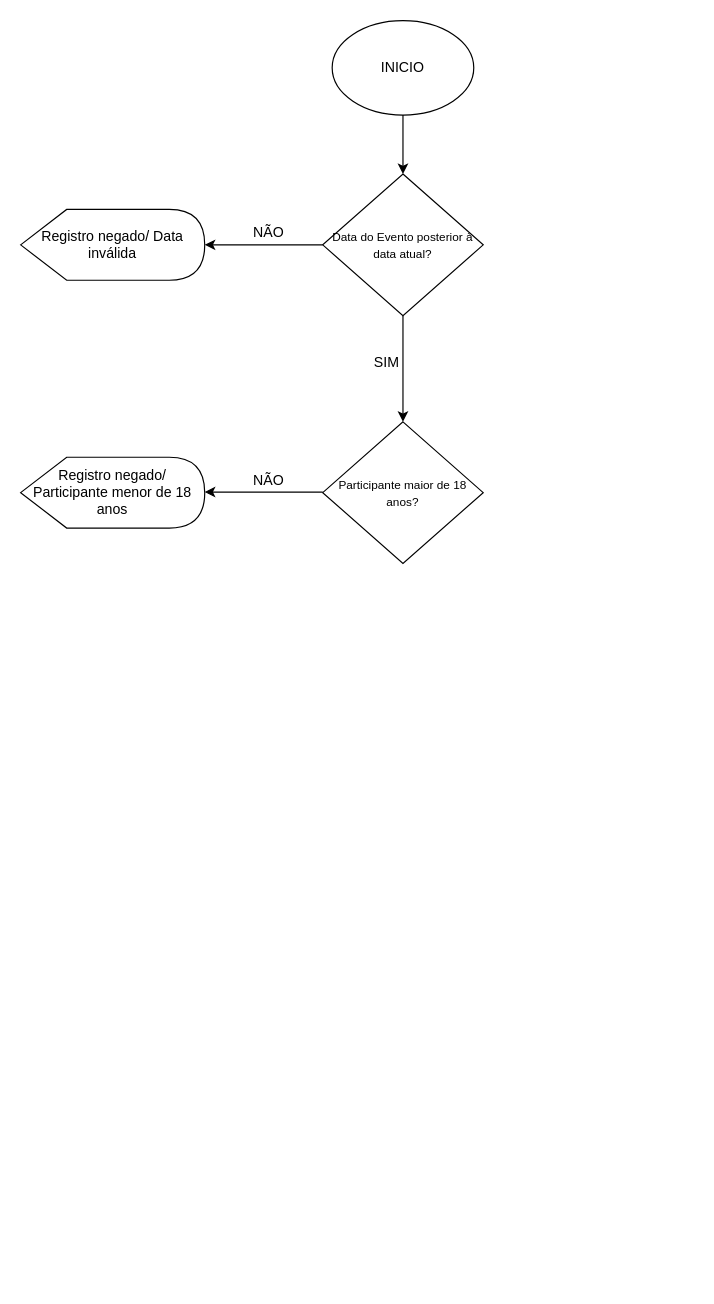
Before: Diagrama sem nome.drawio in Kleverson03/FLUXOGRAMA-SENAI, a draw.io diagram. Source tidied: cells renumbered, new cells numbered last; positions are measured from the earlier drawing's top-left corner, leaving out a move shared by most shapes. Both pictures are drawn from the tidied source at 118%, with x=0, y=0 at pixel (20, 20).
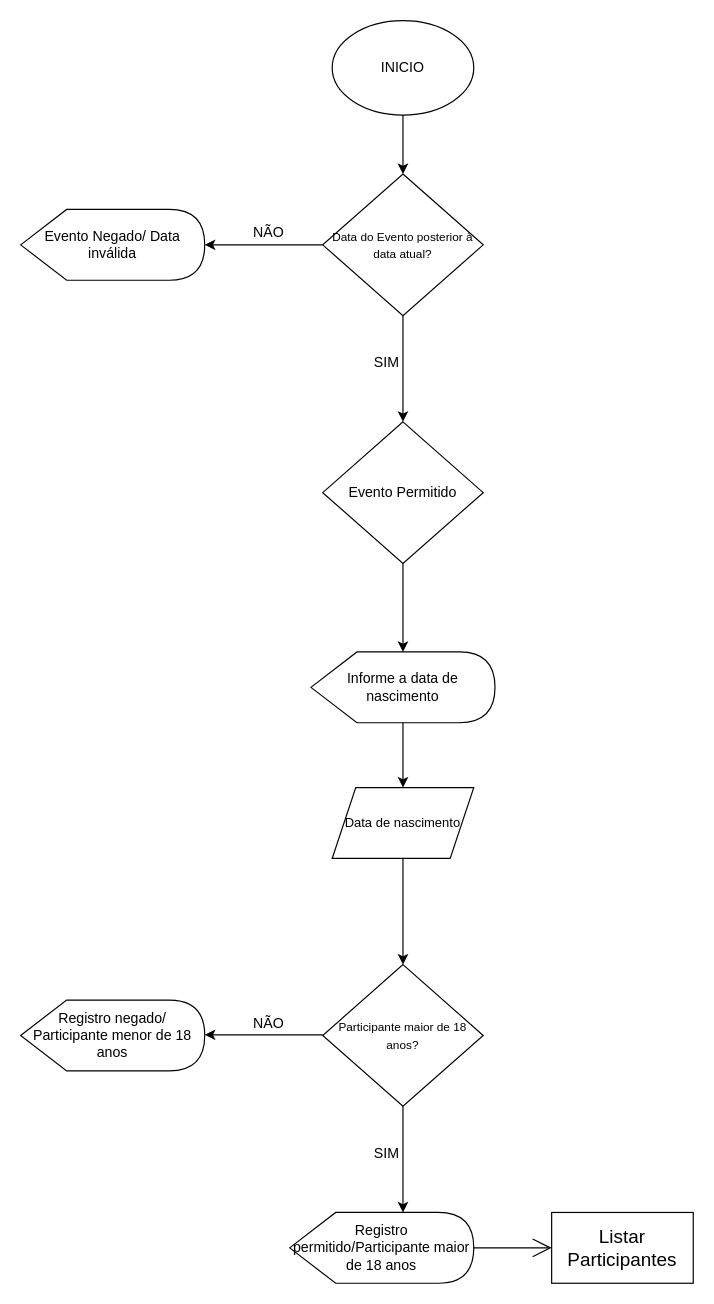
The same diagram, later.

Unchanged cells that the change refers to:
```xml
<mxCell id="3" value="INICIO" style="ellipse;whiteSpace=wrap;html=1;" parent="1" vertex="1">
  <mxGeometry x="264" width="120" height="80" as="geometry" />
</mxCell>
<mxCell id="6" value="&lt;font style=&quot;font-size: 10px;&quot;&gt;Data do Evento posterior à data atual?&lt;/font&gt;" style="rhombus;whiteSpace=wrap;html=1;" parent="1" vertex="1">
  <mxGeometry x="256" y="130" width="136" height="120" as="geometry" />
</mxCell>
```

The edit, as a diff of the source:
```diff
@@
-    <mxCell id="2" style="edgeStyle=orthogonalEdgeStyle;rounded=0;jettySize=auto;html=1;fontSize=12;" parent="1" edge="1" source="3" target="6">
+    <mxCell id="2" style="edgeStyle=orthogonalEdgeStyle;jettySize=auto;html=1;fontSize=12;rounded=0;" parent="1" edge="1" source="3" target="6">
       <mxGeometry relative="1" as="geometry" />
     </mxCell>
@@
-    <mxCell id="4" value="NÃO" style="edgeStyle=orthogonalEdgeStyle;rounded=0;jettySize=auto;html=1;fontSize=12;" parent="1" edge="1" source="6" target="7">
+    <mxCell id="4" value="NÃO" style="edgeStyle=orthogonalEdgeStyle;jettySize=auto;html=1;fontSize=12;rounded=0;" parent="1" edge="1" source="6" target="7">
       <mxGeometry x="-0.08" y="-10" relative="1" as="geometry" />
     </mxCell>
-    <mxCell id="5" value="SIM" style="edgeStyle=orthogonalEdgeStyle;rounded=0;jettySize=auto;html=1;fontSize=12;" parent="1" edge="1" source="6">
+    <mxCell id="5" value="SIM" style="edgeStyle=orthogonalEdgeStyle;jettySize=auto;html=1;fontSize=12;rounded=0;" parent="1" edge="1" source="6">
       <mxGeometry x="-0.11" y="-14" relative="1" as="geometry">
         <mxPoint x="324" y="340" as="targetPoint" />
       </mxGeometry>
     </mxCell>
@@
-    <mxCell id="7" value="&lt;font style=&quot;font-size: 12px;&quot;&gt;Registro negado/ Data inválida&lt;/font&gt;" style="shape=display;whiteSpace=wrap;html=1;fontSize=10;" parent="1" vertex="1">
+    <mxCell id="7" value="&lt;font style=&quot;font-size: 12px;&quot;&gt;Evento Negado/ Data inválida&lt;/font&gt;" style="shape=display;whiteSpace=wrap;html=1;fontSize=10;" parent="1" vertex="1">
       <mxGeometry y="160" width="156" height="60" as="geometry" />
     </mxCell>
     <mxCell id="8" value="&lt;font style=&quot;font-size: 10px;&quot;&gt;Participante maior de 18 anos?&lt;/font&gt;" style="rhombus;whiteSpace=wrap;html=1;" parent="1" vertex="1">
-      <mxGeometry x="256" y="340" width="136" height="120" as="geometry" />
+      <mxGeometry x="256" y="800" width="136" height="120" as="geometry" />
     </mxCell>
-    <mxCell id="9" value="NÃO" style="edgeStyle=orthogonalEdgeStyle;rounded=0;orthogonalLoop=1;jettySize=auto;html=1;fontSize=12;" parent="1" edge="1">
+    <mxCell id="9" value="NÃO" style="edgeStyle=orthogonalEdgeStyle;orthogonalLoop=1;jettySize=auto;html=1;fontSize=12;rounded=0;" parent="1" edge="1">
       <mxGeometry x="-0.08" y="-10" relative="1" as="geometry">
-        <mxPoint x="256" y="399.5" as="sourcePoint" />
-        <mxPoint x="156" y="399.5" as="targetPoint" />
+        <mxPoint x="256" y="859.5" as="sourcePoint" />
+        <mxPoint x="156" y="859.5" as="targetPoint" />
       </mxGeometry>
     </mxCell>
     <mxCell id="10" value="&lt;font style=&quot;font-size: 12px;&quot;&gt;Registro negado/ Participante menor de 18 anos&lt;/font&gt;" style="shape=display;whiteSpace=wrap;html=1;fontSize=10;" parent="1" vertex="1">
-      <mxGeometry y="370" width="156" height="60" as="geometry" />
+      <mxGeometry y="830" width="156" height="60" as="geometry" />
     </mxCell>
+    <mxCell id="11" value="SIM" style="edgeStyle=orthogonalEdgeStyle;orthogonalLoop=1;jettySize=auto;html=1;fontSize=12;rounded=0;" parent="1" edge="1">
+      <mxGeometry x="-0.11" y="-14" relative="1" as="geometry">
+        <mxPoint x="324" y="920" as="sourcePoint" />
+        <mxPoint x="324" y="1010" as="targetPoint" />
+      </mxGeometry>
+    </mxCell>
+    <mxCell id="12" style="edgeStyle=orthogonalEdgeStyle;jettySize=auto;html=1;fontSize=12;rounded=0;" parent="1" edge="1" source="13" target="15">
+      <mxGeometry relative="1" as="geometry" />
+    </mxCell>
+    <mxCell id="13" value="&lt;font style=&quot;font-size: 12px;&quot;&gt;Evento Permitido&lt;/font&gt;" style="rhombus;whiteSpace=wrap;html=1;" parent="1" vertex="1">
+      <mxGeometry x="256" y="340" width="136" height="120" as="geometry" />
+    </mxCell>
+    <mxCell id="14" style="edgeStyle=orthogonalEdgeStyle;jettySize=auto;html=1;fontSize=12;rounded=0;" parent="1" edge="1" source="15" target="17">
+      <mxGeometry relative="1" as="geometry" />
+    </mxCell>
+    <mxCell id="15" value="&lt;font style=&quot;font-size: 12px;&quot;&gt;Informe a data de nascimento&lt;/font&gt;" style="shape=display;whiteSpace=wrap;html=1;fontSize=10;" parent="1" vertex="1">
+      <mxGeometry x="246" y="535" width="156" height="60" as="geometry" />
+    </mxCell>
+    <mxCell id="16" style="edgeStyle=orthogonalEdgeStyle;jettySize=auto;html=1;fontSize=12;rounded=0;" parent="1" edge="1" source="17">
+      <mxGeometry relative="1" as="geometry">
+        <mxPoint x="324" y="800" as="targetPoint" />
+      </mxGeometry>
+    </mxCell>
+    <mxCell id="17" value="&lt;font style=&quot;font-size: 11px;&quot;&gt;Data de nascimento&lt;/font&gt;" style="shape=parallelogram;perimeter=parallelogramPerimeter;whiteSpace=wrap;html=1;fixedSize=1;fontSize=12;" parent="1" vertex="1">
+      <mxGeometry x="264" y="650" width="120" height="60" as="geometry" />
+    </mxCell>
+    <mxCell id="18" style="edgeStyle=orthogonalEdgeStyle;jettySize=auto;html=1;fontSize=12;endArrow=open;startSize=14;endSize=14;rounded=0;" parent="1" edge="1" source="19">
+      <mxGeometry relative="1" as="geometry">
+        <mxPoint x="450" y="1040" as="targetPoint" />
+      </mxGeometry>
+    </mxCell>
+    <mxCell id="19" value="&lt;font style=&quot;font-size: 12px;&quot;&gt;Registro permitido/Participante maior de 18 anos&lt;/font&gt;" style="shape=display;whiteSpace=wrap;html=1;fontSize=10;" parent="1" vertex="1">
+      <mxGeometry x="228" y="1010" width="156" height="60" as="geometry" />
+    </mxCell>
+    <mxCell id="20" value="Listar Participantes" style="whiteSpace=wrap;html=1;fontSize=16;" parent="1" vertex="1">
+      <mxGeometry x="450" y="1010" width="120" height="60" as="geometry" />
+    </mxCell>
```
